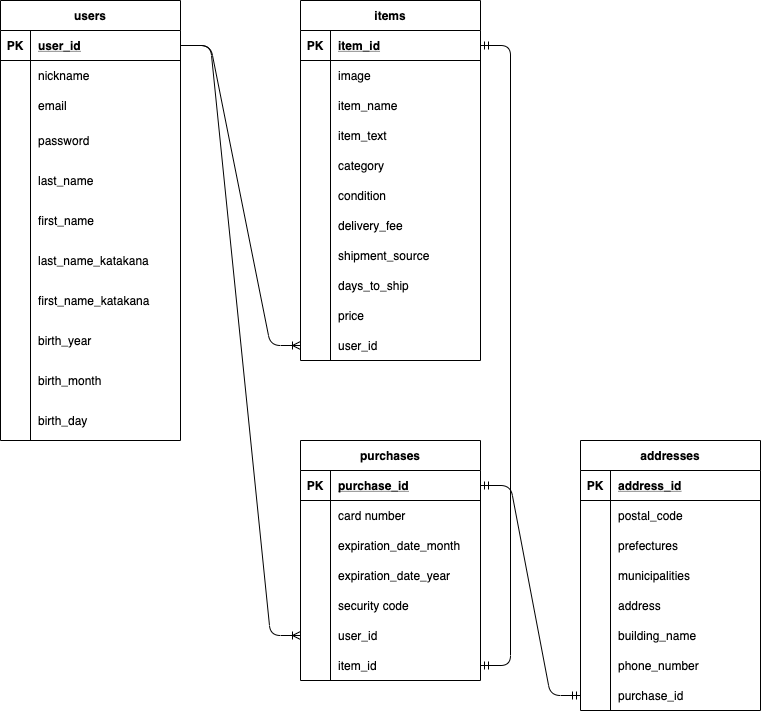
The draw.io diagram ER.png in shibayamasho/furima-34448, before a commit. Source tidied: cells renumbered, new cells last; positions are measured from the earlier drawing's top-left corner, leaving out a move shared by most shapes.
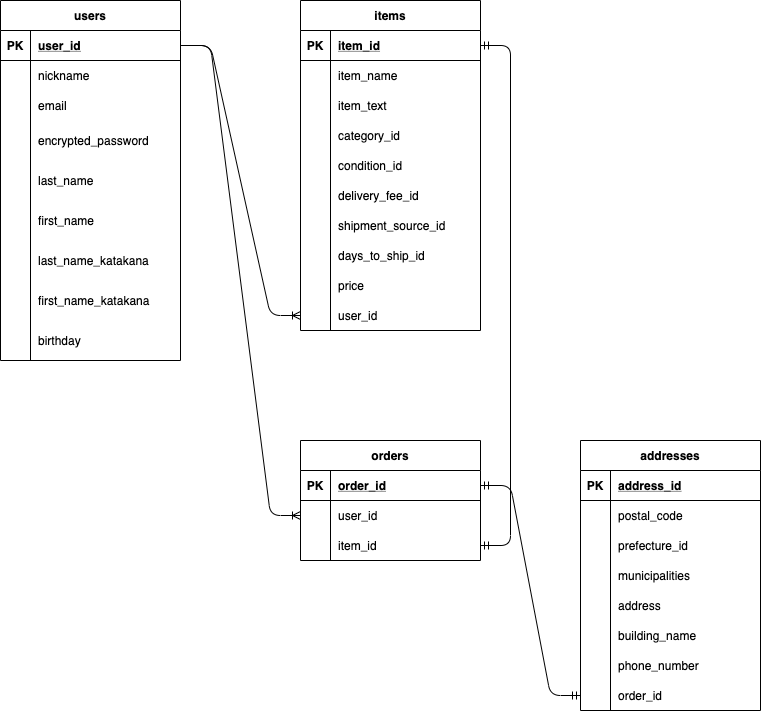
Above is the later version.

What changed in the source:
```diff
@@ -3,7 +3,7 @@
     <mxCell id="0" />
     <mxCell id="1" parent="0" />
     <mxCell id="2" value="users" style="shape=table;startSize=30;rowLines=0;fontStyle=1;align=center;" parent="1" vertex="1">
-      <mxGeometry width="180" height="440" as="geometry" />
+      <mxGeometry width="180" height="360" as="geometry" />
     </mxCell>
     <mxCell id="3" style="shape=partialRectangle;fillColor=none;top=0;left=0;bottom=1;right=0;points=[[0,0.5],[1,0.5]];portConstraint=eastwest;" parent="2" vertex="1">
       <mxGeometry y="30" width="180" height="30" as="geometry" />
@@ -38,7 +38,7 @@
     <mxCell id="13" style="shape=partialRectangle;fillColor=none;top=0;left=0;bottom=0;right=0;overflow=hidden;" parent="12" vertex="1">
       <mxGeometry width="30" height="40" as="geometry" />
     </mxCell>
-    <mxCell id="14" value="password" style="shape=partialRectangle;fillColor=none;top=0;left=0;bottom=0;right=0;align=left;spacingLeft=6;overflow=hidden;" parent="12" vertex="1">
+    <mxCell id="14" value="encrypted_password" style="shape=partialRectangle;fillColor=none;top=0;left=0;bottom=0;right=0;align=left;spacingLeft=6;overflow=hidden;" parent="12" vertex="1">
       <mxGeometry x="30" width="150" height="40" as="geometry" />
     </mxCell>
     <mxCell id="15" style="shape=partialRectangle;fillColor=none;top=0;left=0;bottom=0;right=0;" parent="2" vertex="1">
@@ -83,29 +83,11 @@
     <mxCell id="28" style="shape=partialRectangle;fillColor=none;top=0;left=0;bottom=0;right=0;overflow=hidden;" parent="27" vertex="1">
       <mxGeometry width="30" height="40" as="geometry" />
     </mxCell>
-    <mxCell id="29" value="birth_year" style="shape=partialRectangle;fillColor=none;top=0;left=0;bottom=0;right=0;align=left;spacingLeft=6;overflow=hidden;" parent="27" vertex="1">
+    <mxCell id="29" value="birthday" style="shape=partialRectangle;fillColor=none;top=0;left=0;bottom=0;right=0;align=left;spacingLeft=6;overflow=hidden;" parent="27" vertex="1">
       <mxGeometry x="30" width="150" height="40" as="geometry" />
     </mxCell>
-    <mxCell id="30" style="shape=partialRectangle;fillColor=none;top=0;left=0;bottom=0;right=0;" parent="2" vertex="1">
-      <mxGeometry y="360" width="180" height="40" as="geometry" />
-    </mxCell>
-    <mxCell id="31" style="shape=partialRectangle;fillColor=none;top=0;left=0;bottom=0;right=0;overflow=hidden;" parent="30" vertex="1">
-      <mxGeometry width="30" height="40" as="geometry" />
-    </mxCell>
-    <mxCell id="32" value="birth_month" style="shape=partialRectangle;fillColor=none;top=0;left=0;bottom=0;right=0;align=left;spacingLeft=6;overflow=hidden;" parent="30" vertex="1">
-      <mxGeometry x="30" width="150" height="40" as="geometry" />
-    </mxCell>
-    <mxCell id="33" style="shape=partialRectangle;fillColor=none;top=0;left=0;bottom=0;right=0;" parent="2" vertex="1">
-      <mxGeometry y="400" width="180" height="40" as="geometry" />
-    </mxCell>
-    <mxCell id="34" style="shape=partialRectangle;fillColor=none;top=0;left=0;bottom=0;right=0;overflow=hidden;" parent="33" vertex="1">
-      <mxGeometry width="30" height="40" as="geometry" />
-    </mxCell>
-    <mxCell id="35" value="birth_day" style="shape=partialRectangle;fillColor=none;top=0;left=0;bottom=0;right=0;align=left;spacingLeft=6;overflow=hidden;" parent="33" vertex="1">
-      <mxGeometry x="30" width="150" height="40" as="geometry" />
-    </mxCell>
     <mxCell id="36" value="items" style="shape=table;startSize=30;rowLines=0;fontStyle=1;align=center;" parent="1" vertex="1">
-      <mxGeometry x="300" width="180" height="360" as="geometry" />
+      <mxGeometry x="300" width="180" height="330" as="geometry" />
     </mxCell>
     <mxCell id="37" style="shape=partialRectangle;fillColor=none;top=0;left=0;bottom=1;right=0;points=[[0,0.5],[1,0.5]];portConstraint=eastwest;" parent="36" vertex="1">
       <mxGeometry y="30" width="180" height="30" as="geometry" />
@@ -116,17 +98,8 @@
     <mxCell id="39" value="item_id" style="shape=partialRectangle;fillColor=none;top=0;left=0;bottom=0;right=0;align=left;spacingLeft=6;fontStyle=5;overflow=hidden;" parent="37" vertex="1">
       <mxGeometry x="30" width="150" height="30" as="geometry" />
     </mxCell>
-    <mxCell id="40" style="shape=partialRectangle;fillColor=none;top=0;left=0;bottom=0;right=0;" parent="36" vertex="1">
-      <mxGeometry y="60" width="180" height="30" as="geometry" />
-    </mxCell>
-    <mxCell id="41" style="shape=partialRectangle;fillColor=none;top=0;left=0;bottom=0;right=0;overflow=hidden;" parent="40" vertex="1">
-      <mxGeometry width="30" height="30" as="geometry" />
-    </mxCell>
-    <mxCell id="42" value="image" style="shape=partialRectangle;fillColor=none;top=0;left=0;bottom=0;right=0;align=left;spacingLeft=6;overflow=hidden;" parent="40" vertex="1">
-      <mxGeometry x="30" width="150" height="30" as="geometry" />
-    </mxCell>
     <mxCell id="43" style="shape=partialRectangle;fillColor=none;top=0;left=0;bottom=0;right=0;" parent="36" vertex="1">
-      <mxGeometry y="90" width="180" height="30" as="geometry" />
+      <mxGeometry y="60" width="180" height="30" as="geometry" />
     </mxCell>
     <mxCell id="44" style="shape=partialRectangle;fillColor=none;top=0;left=0;bottom=0;right=0;overflow=hidden;" parent="43" vertex="1">
       <mxGeometry width="30" height="30" as="geometry" />
@@ -135,7 +108,7 @@
       <mxGeometry x="30" width="150" height="30" as="geometry" />
     </mxCell>
     <mxCell id="46" style="shape=partialRectangle;fillColor=none;top=0;left=0;bottom=0;right=0;" parent="36" vertex="1">
-      <mxGeometry y="120" width="180" height="30" as="geometry" />
+      <mxGeometry y="90" width="180" height="30" as="geometry" />
     </mxCell>
     <mxCell id="47" style="shape=partialRectangle;fillColor=none;top=0;left=0;bottom=0;right=0;overflow=hidden;" parent="46" vertex="1">
       <mxGeometry width="30" height="30" as="geometry" />
@@ -144,52 +117,52 @@
       <mxGeometry x="30" width="150" height="30" as="geometry" />
     </mxCell>
     <mxCell id="49" style="shape=partialRectangle;fillColor=none;top=0;left=0;bottom=0;right=0;" parent="36" vertex="1">
-      <mxGeometry y="150" width="180" height="30" as="geometry" />
+      <mxGeometry y="120" width="180" height="30" as="geometry" />
     </mxCell>
     <mxCell id="50" style="shape=partialRectangle;fillColor=none;top=0;left=0;bottom=0;right=0;overflow=hidden;" parent="49" vertex="1">
       <mxGeometry width="30" height="30" as="geometry" />
     </mxCell>
-    <mxCell id="51" value="category" style="shape=partialRectangle;fillColor=none;top=0;left=0;bottom=0;right=0;align=left;spacingLeft=6;overflow=hidden;" parent="49" vertex="1">
+    <mxCell id="51" value="category_id" style="shape=partialRectangle;fillColor=none;top=0;left=0;bottom=0;right=0;align=left;spacingLeft=6;overflow=hidden;" parent="49" vertex="1">
       <mxGeometry x="30" width="150" height="30" as="geometry" />
     </mxCell>
     <mxCell id="52" style="shape=partialRectangle;fillColor=none;top=0;left=0;bottom=0;right=0;" parent="36" vertex="1">
-      <mxGeometry y="180" width="180" height="30" as="geometry" />
+      <mxGeometry y="150" width="180" height="30" as="geometry" />
     </mxCell>
     <mxCell id="53" style="shape=partialRectangle;fillColor=none;top=0;left=0;bottom=0;right=0;overflow=hidden;" parent="52" vertex="1">
       <mxGeometry width="30" height="30" as="geometry" />
     </mxCell>
-    <mxCell id="54" value="condition" style="shape=partialRectangle;fillColor=none;top=0;left=0;bottom=0;right=0;align=left;spacingLeft=6;overflow=hidden;" parent="52" vertex="1">
+    <mxCell id="54" value="condition_id" style="shape=partialRectangle;fillColor=none;top=0;left=0;bottom=0;right=0;align=left;spacingLeft=6;overflow=hidden;" parent="52" vertex="1">
       <mxGeometry x="30" width="150" height="30" as="geometry" />
     </mxCell>
     <mxCell id="55" style="shape=partialRectangle;fillColor=none;top=0;left=0;bottom=0;right=0;" parent="36" vertex="1">
-      <mxGeometry y="210" width="180" height="30" as="geometry" />
+      <mxGeometry y="180" width="180" height="30" as="geometry" />
     </mxCell>
     <mxCell id="56" style="shape=partialRectangle;fillColor=none;top=0;left=0;bottom=0;right=0;overflow=hidden;" parent="55" vertex="1">
       <mxGeometry width="30" height="30" as="geometry" />
     </mxCell>
-    <mxCell id="57" value="delivery_fee" style="shape=partialRectangle;fillColor=none;top=0;left=0;bottom=0;right=0;align=left;spacingLeft=6;overflow=hidden;" parent="55" vertex="1">
+    <mxCell id="57" value="delivery_fee_id" style="shape=partialRectangle;fillColor=none;top=0;left=0;bottom=0;right=0;align=left;spacingLeft=6;overflow=hidden;" parent="55" vertex="1">
       <mxGeometry x="30" width="150" height="30" as="geometry" />
     </mxCell>
     <mxCell id="58" style="shape=partialRectangle;fillColor=none;top=0;left=0;bottom=0;right=0;" parent="36" vertex="1">
-      <mxGeometry y="240" width="180" height="30" as="geometry" />
+      <mxGeometry y="210" width="180" height="30" as="geometry" />
     </mxCell>
     <mxCell id="59" style="shape=partialRectangle;fillColor=none;top=0;left=0;bottom=0;right=0;overflow=hidden;" parent="58" vertex="1">
       <mxGeometry width="30" height="30" as="geometry" />
     </mxCell>
-    <mxCell id="60" value="shipment_source" style="shape=partialRectangle;fillColor=none;top=0;left=0;bottom=0;right=0;align=left;spacingLeft=6;overflow=hidden;" parent="58" vertex="1">
+    <mxCell id="60" value="shipment_source_id" style="shape=partialRectangle;fillColor=none;top=0;left=0;bottom=0;right=0;align=left;spacingLeft=6;overflow=hidden;" parent="58" vertex="1">
       <mxGeometry x="30" width="150" height="30" as="geometry" />
     </mxCell>
     <mxCell id="61" style="shape=partialRectangle;fillColor=none;top=0;left=0;bottom=0;right=0;" parent="36" vertex="1">
-      <mxGeometry y="270" width="180" height="30" as="geometry" />
+      <mxGeometry y="240" width="180" height="30" as="geometry" />
     </mxCell>
     <mxCell id="62" style="shape=partialRectangle;fillColor=none;top=0;left=0;bottom=0;right=0;overflow=hidden;" parent="61" vertex="1">
       <mxGeometry width="30" height="30" as="geometry" />
     </mxCell>
-    <mxCell id="63" value="days_to_ship" style="shape=partialRectangle;fillColor=none;top=0;left=0;bottom=0;right=0;align=left;spacingLeft=6;overflow=hidden;" parent="61" vertex="1">
+    <mxCell id="63" value="days_to_ship_id" style="shape=partialRectangle;fillColor=none;top=0;left=0;bottom=0;right=0;align=left;spacingLeft=6;overflow=hidden;" parent="61" vertex="1">
       <mxGeometry x="30" width="150" height="30" as="geometry" />
     </mxCell>
     <mxCell id="64" style="shape=partialRectangle;fillColor=none;top=0;left=0;bottom=0;right=0;" parent="36" vertex="1">
-      <mxGeometry y="300" width="180" height="30" as="geometry" />
+      <mxGeometry y="270" width="180" height="30" as="geometry" />
     </mxCell>
     <mxCell id="65" style="shape=partialRectangle;fillColor=none;top=0;left=0;bottom=0;right=0;overflow=hidden;" parent="64" vertex="1">
       <mxGeometry width="30" height="30" as="geometry" />
@@ -198,7 +171,7 @@
       <mxGeometry x="30" width="150" height="30" as="geometry" />
     </mxCell>
     <mxCell id="67" style="shape=partialRectangle;fillColor=none;top=0;left=0;bottom=0;right=0;points=[[0,0.5],[1,0.5]];portConstraint=eastwest;" parent="36" vertex="1">
-      <mxGeometry y="330" width="180" height="30" as="geometry" />
+      <mxGeometry y="300" width="180" height="30" as="geometry" />
     </mxCell>
     <mxCell id="68" style="shape=partialRectangle;fillColor=none;top=0;left=0;bottom=0;right=0;overflow=hidden;" parent="67" vertex="1">
       <mxGeometry width="30" height="30" as="geometry" />
@@ -236,7 +209,7 @@
     <mxCell id="79" style="shape=partialRectangle;fillColor=none;top=0;left=0;bottom=0;right=0;overflow=hidden;" parent="78" vertex="1">
       <mxGeometry width="30" height="30" as="geometry" />
     </mxCell>
-    <mxCell id="80" value="prefectures" style="shape=partialRectangle;fillColor=none;top=0;left=0;bottom=0;right=0;align=left;spacingLeft=6;overflow=hidden;" parent="78" vertex="1">
+    <mxCell id="80" value="prefecture_id" style="shape=partialRectangle;fillColor=none;top=0;left=0;bottom=0;right=0;align=left;spacingLeft=6;overflow=hidden;" parent="78" vertex="1">
       <mxGeometry x="30" width="150" height="30" as="geometry" />
     </mxCell>
     <mxCell id="81" style="shape=partialRectangle;fillColor=none;top=0;left=0;bottom=0;right=0;" parent="71" vertex="1">
@@ -281,11 +254,11 @@
     <mxCell id="94" style="shape=partialRectangle;fillColor=none;top=0;left=0;bottom=0;right=0;overflow=hidden;" parent="93" vertex="1">
       <mxGeometry width="30" height="30" as="geometry" />
     </mxCell>
-    <mxCell id="95" value="purchase_id" style="shape=partialRectangle;fillColor=none;top=0;left=0;bottom=0;right=0;align=left;spacingLeft=6;overflow=hidden;" parent="93" vertex="1">
+    <mxCell id="95" value="order_id" style="shape=partialRectangle;fillColor=none;top=0;left=0;bottom=0;right=0;align=left;spacingLeft=6;overflow=hidden;" parent="93" vertex="1">
       <mxGeometry x="30" width="150" height="30" as="geometry" />
     </mxCell>
-    <mxCell id="96" value="purchases" style="shape=table;startSize=30;rowLines=0;fontStyle=1;align=center;" parent="1" vertex="1">
-      <mxGeometry x="300" y="440" width="180" height="240" as="geometry" />
+    <mxCell id="96" value="orders" style="shape=table;startSize=30;rowLines=0;fontStyle=1;align=center;" parent="1" vertex="1">
+      <mxGeometry x="300" y="440" width="180" height="120" as="geometry" />
     </mxCell>
     <mxCell id="97" style="shape=partialRectangle;fillColor=none;top=0;left=0;bottom=1;right=0;points=[[0,0.5],[1,0.5]];portConstraint=eastwest;" parent="96" vertex="1">
       <mxGeometry y="30" width="180" height="30" as="geometry" />
@@ -293,47 +266,11 @@
     <mxCell id="98" value="PK" style="shape=partialRectangle;fillColor=none;top=0;left=0;bottom=0;right=0;fontStyle=1;overflow=hidden;" parent="97" vertex="1">
       <mxGeometry width="30" height="30" as="geometry" />
     </mxCell>
-    <mxCell id="99" value="purchase_id" style="shape=partialRectangle;fillColor=none;top=0;left=0;bottom=0;right=0;align=left;spacingLeft=6;fontStyle=5;overflow=hidden;" parent="97" vertex="1">
+    <mxCell id="99" value="order_id" style="shape=partialRectangle;fillColor=none;top=0;left=0;bottom=0;right=0;align=left;spacingLeft=6;fontStyle=5;overflow=hidden;" parent="97" vertex="1">
       <mxGeometry x="30" width="150" height="30" as="geometry" />
     </mxCell>
-    <mxCell id="100" style="shape=partialRectangle;fillColor=none;top=0;left=0;bottom=0;right=0;" parent="96" vertex="1">
-      <mxGeometry y="60" width="180" height="30" as="geometry" />
-    </mxCell>
-    <mxCell id="101" style="shape=partialRectangle;fillColor=none;top=0;left=0;bottom=0;right=0;overflow=hidden;" parent="100" vertex="1">
-      <mxGeometry width="30" height="30" as="geometry" />
-    </mxCell>
-    <mxCell id="102" value="card number" style="shape=partialRectangle;fillColor=none;top=0;left=0;bottom=0;right=0;align=left;spacingLeft=6;overflow=hidden;" parent="100" vertex="1">
-      <mxGeometry x="30" width="150" height="30" as="geometry" />
-    </mxCell>
-    <mxCell id="103" style="shape=partialRectangle;fillColor=none;top=0;left=0;bottom=0;right=0;" parent="96" vertex="1">
-      <mxGeometry y="90" width="180" height="30" as="geometry" />
-    </mxCell>
-    <mxCell id="104" style="shape=partialRectangle;fillColor=none;top=0;left=0;bottom=0;right=0;overflow=hidden;" parent="103" vertex="1">
-      <mxGeometry width="30" height="30" as="geometry" />
-    </mxCell>
-    <mxCell id="105" value="expiration_date_month" style="shape=partialRectangle;fillColor=none;top=0;left=0;bottom=0;right=0;align=left;spacingLeft=6;overflow=hidden;" parent="103" vertex="1">
-      <mxGeometry x="30" width="150" height="30" as="geometry" />
-    </mxCell>
-    <mxCell id="106" style="shape=partialRectangle;fillColor=none;top=0;left=0;bottom=0;right=0;" parent="96" vertex="1">
-      <mxGeometry y="120" width="180" height="30" as="geometry" />
-    </mxCell>
-    <mxCell id="107" style="shape=partialRectangle;fillColor=none;top=0;left=0;bottom=0;right=0;overflow=hidden;" parent="106" vertex="1">
-      <mxGeometry width="30" height="30" as="geometry" />
-    </mxCell>
-    <mxCell id="108" value="expiration_date_year" style="shape=partialRectangle;fillColor=none;top=0;left=0;bottom=0;right=0;align=left;spacingLeft=6;overflow=hidden;" parent="106" vertex="1">
-      <mxGeometry x="30" width="150" height="30" as="geometry" />
-    </mxCell>
-    <mxCell id="109" style="shape=partialRectangle;fillColor=none;top=0;left=0;bottom=0;right=0;" parent="96" vertex="1">
-      <mxGeometry y="150" width="180" height="30" as="geometry" />
-    </mxCell>
-    <mxCell id="110" style="shape=partialRectangle;fillColor=none;top=0;left=0;bottom=0;right=0;overflow=hidden;" parent="109" vertex="1">
-      <mxGeometry width="30" height="30" as="geometry" />
-    </mxCell>
-    <mxCell id="111" value="security code" style="shape=partialRectangle;fillColor=none;top=0;left=0;bottom=0;right=0;align=left;spacingLeft=6;overflow=hidden;" parent="109" vertex="1">
-      <mxGeometry x="30" width="150" height="30" as="geometry" />
-    </mxCell>
     <mxCell id="112" style="shape=partialRectangle;fillColor=none;top=0;left=0;bottom=0;right=0;points=[[0,0.5],[1,0.5]];portConstraint=eastwest;" parent="96" vertex="1">
-      <mxGeometry y="180" width="180" height="30" as="geometry" />
+      <mxGeometry y="60" width="180" height="30" as="geometry" />
     </mxCell>
     <mxCell id="113" style="shape=partialRectangle;fillColor=none;top=0;left=0;bottom=0;right=0;overflow=hidden;" parent="112" vertex="1">
       <mxGeometry width="30" height="30" as="geometry" />
@@ -342,7 +279,7 @@
       <mxGeometry x="30" width="150" height="30" as="geometry" />
     </mxCell>
     <mxCell id="115" style="shape=partialRectangle;fillColor=none;top=0;left=0;bottom=0;right=0;points=[[0,0.5],[1,0.5]];portConstraint=eastwest;" parent="96" vertex="1">
-      <mxGeometry y="210" width="180" height="30" as="geometry" />
+      <mxGeometry y="90" width="180" height="30" as="geometry" />
     </mxCell>
     <mxCell id="116" style="shape=partialRectangle;fillColor=none;top=0;left=0;bottom=0;right=0;overflow=hidden;" parent="115" vertex="1">
       <mxGeometry width="30" height="30" as="geometry" />
```
